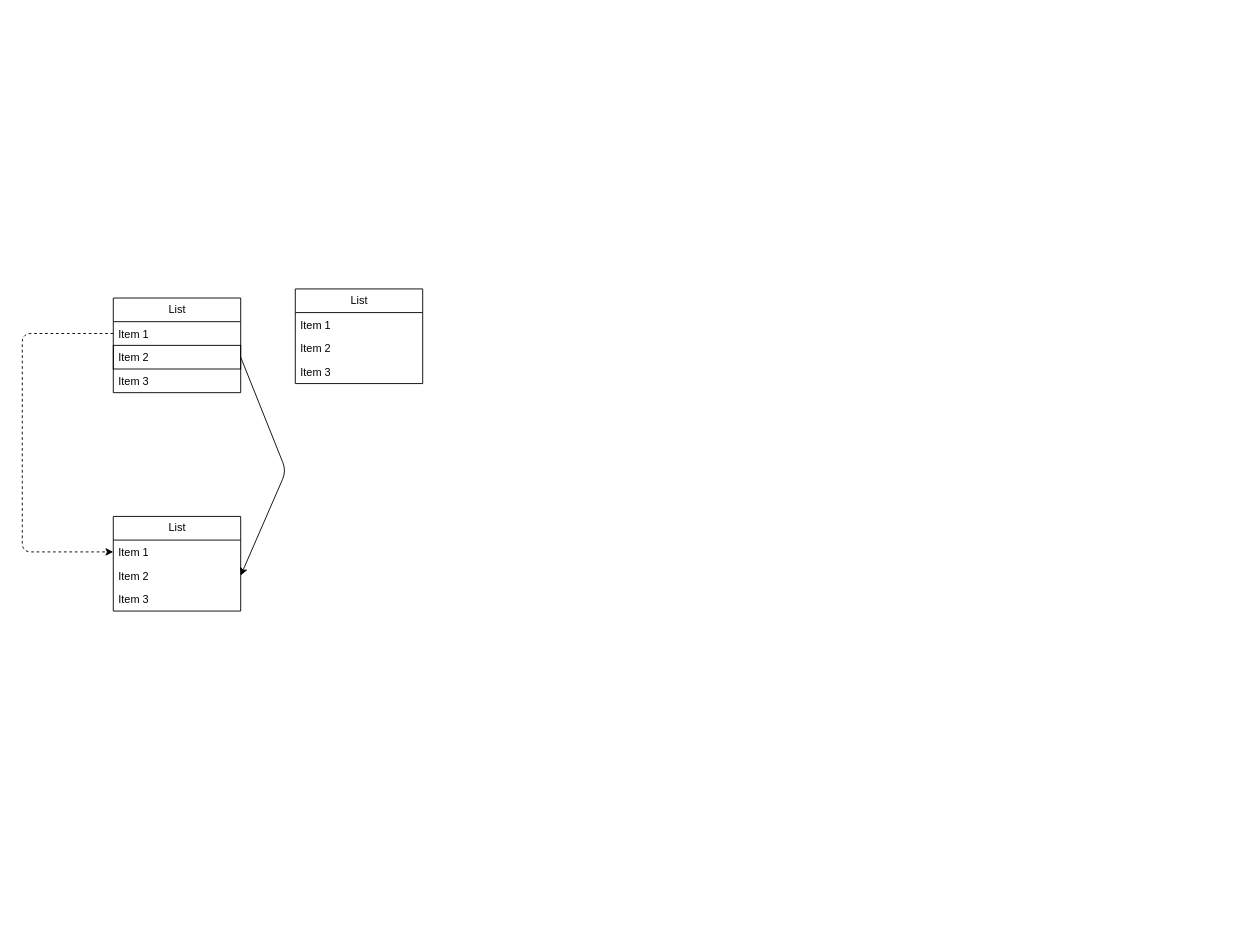
Above: tmp.drawio in zJooey/draw-io (draw.io), before the change. Source tidied: cells renumbered, new cells numbered last; positions are measured from the earlier drawing's top-left corner, leaving out a move shared by most shapes. Both pictures are drawn from the tidied source at 91%, with x=0, y=0 at pixel (22, 288).
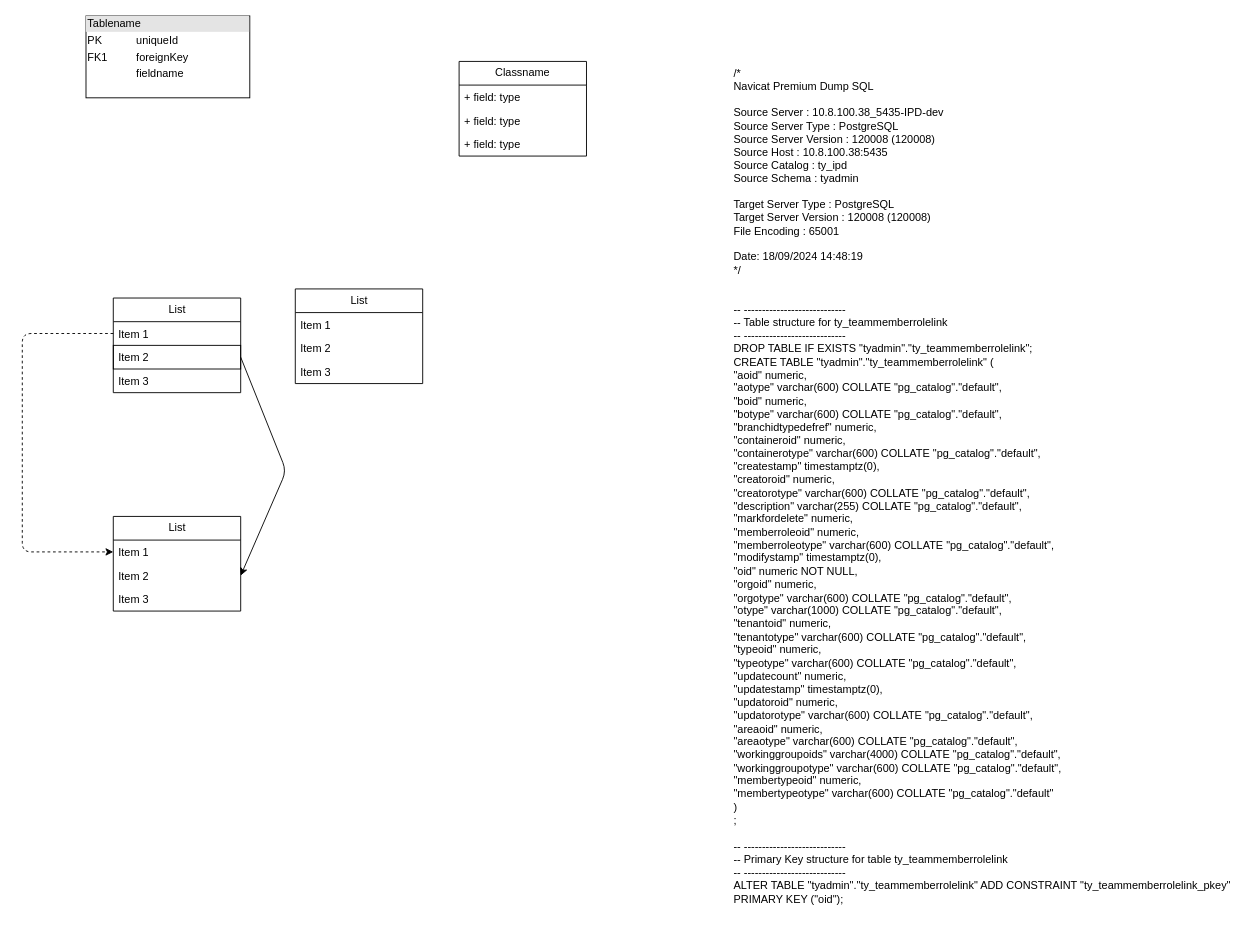
The same diagram, later.

Diff of the diagram source:
```diff
@@
+    <mxCell id="16" value="/* &#10; Navicat Premium Dump SQL &#10; &#10; Source Server         : 10.8.100.38_5435-IPD-dev &#10; Source Server Type    : PostgreSQL &#10; Source Server Version : 120008 (120008) &#10; Source Host           : 10.8.100.38:5435 &#10; Source Catalog        : ty_ipd &#10; Source Schema         : tyadmin &#10; &#10; Target Server Type    : PostgreSQL &#10; Target Server Version : 120008 (120008) &#10; File Encoding         : 65001 &#10; &#10; Date: 18/09/2024 14:48:19 &#10;*/ &#10; &#10; &#10;-- ---------------------------- &#10;-- Table structure for ty_teammemberrolelink &#10;-- ---------------------------- &#10;DROP TABLE IF EXISTS &quot;tyadmin&quot;.&quot;ty_teammemberrolelink&quot;; &#10;CREATE TABLE &quot;tyadmin&quot;.&quot;ty_teammemberrolelink&quot; ( &#10;  &quot;aoid&quot; numeric, &#10;  &quot;aotype&quot; varchar(600) COLLATE &quot;pg_catalog&quot;.&quot;default&quot;, &#10;  &quot;boid&quot; numeric, &#10;  &quot;botype&quot; varchar(600) COLLATE &quot;pg_catalog&quot;.&quot;default&quot;, &#10;  &quot;branchidtypedefref&quot; numeric, &#10;  &quot;containeroid&quot; numeric, &#10;  &quot;containerotype&quot; varchar(600) COLLATE &quot;pg_catalog&quot;.&quot;default&quot;, &#10;  &quot;createstamp&quot; timestamptz(0), &#10;  &quot;creatoroid&quot; numeric, &#10;  &quot;creatorotype&quot; varchar(600) COLLATE &quot;pg_catalog&quot;.&quot;default&quot;, &#10;  &quot;description&quot; varchar(255) COLLATE &quot;pg_catalog&quot;.&quot;default&quot;, &#10;  &quot;markfordelete&quot; numeric, &#10;  &quot;memberroleoid&quot; numeric, &#10;  &quot;memberroleotype&quot; varchar(600) COLLATE &quot;pg_catalog&quot;.&quot;default&quot;, &#10;  &quot;modifystamp&quot; timestamptz(0), &#10;  &quot;oid&quot; numeric NOT NULL, &#10;  &quot;orgoid&quot; numeric, &#10;  &quot;orgotype&quot; varchar(600) COLLATE &quot;pg_catalog&quot;.&quot;default&quot;, &#10;  &quot;otype&quot; varchar(1000) COLLATE &quot;pg_catalog&quot;.&quot;default&quot;, &#10;  &quot;tenantoid&quot; numeric, &#10;  &quot;tenantotype&quot; varchar(600) COLLATE &quot;pg_catalog&quot;.&quot;default&quot;, &#10;  &quot;typeoid&quot; numeric, &#10;  &quot;typeotype&quot; varchar(600) COLLATE &quot;pg_catalog&quot;.&quot;default&quot;, &#10;  &quot;updatecount&quot; numeric, &#10;  &quot;updatestamp&quot; timestamptz(0), &#10;  &quot;updatoroid&quot; numeric, &#10;  &quot;updatorotype&quot; varchar(600) COLLATE &quot;pg_catalog&quot;.&quot;default&quot;, &#10;  &quot;areaoid&quot; numeric, &#10;  &quot;areaotype&quot; varchar(600) COLLATE &quot;pg_catalog&quot;.&quot;default&quot;, &#10;  &quot;workinggroupoids&quot; varchar(4000) COLLATE &quot;pg_catalog&quot;.&quot;default&quot;, &#10;  &quot;workinggroupotype&quot; varchar(600) COLLATE &quot;pg_catalog&quot;.&quot;default&quot;, &#10;  &quot;membertypeoid&quot; numeric, &#10;  &quot;membertypeotype&quot; varchar(600) COLLATE &quot;pg_catalog&quot;.&quot;default&quot; &#10;) &#10;; &#10; &#10;-- ---------------------------- &#10;-- Primary Key structure for table ty_teammemberrolelink &#10;-- ---------------------------- &#10;ALTER TABLE &quot;tyadmin&quot;.&quot;ty_teammemberrolelink&quot; ADD CONSTRAINT &quot;ty_teammemberrolelink_pkey&quot; PRIMARY KEY (&quot;oid&quot;);" style="text;whiteSpace=wrap;html=1;" parent="1" vertex="1">
+      <mxGeometry x="780" y="-250" width="560" height="940" as="geometry" />
+    </mxCell>
+    <mxCell id="17" value="&lt;div style=&quot;box-sizing:border-box;width:100%;background:#e4e4e4;padding:2px;&quot;&gt;Tablename&lt;/div&gt;&lt;table style=&quot;width:100%;font-size:1em;&quot; cellpadding=&quot;2&quot; cellspacing=&quot;0&quot;&gt;&lt;tr&gt;&lt;td&gt;PK&lt;/td&gt;&lt;td&gt;uniqueId&lt;/td&gt;&lt;/tr&gt;&lt;tr&gt;&lt;td&gt;FK1&lt;/td&gt;&lt;td&gt;foreignKey&lt;/td&gt;&lt;/tr&gt;&lt;tr&gt;&lt;td&gt;&lt;/td&gt;&lt;td&gt;fieldname&lt;/td&gt;&lt;/tr&gt;&lt;/table&gt;" style="verticalAlign=top;align=left;overflow=fill;html=1;whiteSpace=wrap;" parent="1" vertex="1">
+      <mxGeometry x="70" y="-300" width="180" height="90" as="geometry" />
+    </mxCell>
+    <mxCell id="18" value="Classname" style="swimlane;fontStyle=0;horizontal=1;startSize=26;fillColor=none;whiteSpace=wrap;html=1;" parent="1" vertex="1">
+      <mxGeometry x="480" y="-250" width="140" height="104" as="geometry" />
+    </mxCell>
+    <mxCell id="19" value="+ field: type" style="text;strokeColor=none;fillColor=none;align=left;verticalAlign=top;spacingLeft=4;spacingRight=4;overflow=hidden;whiteSpace=wrap;html=1;" parent="18" vertex="1">
+      <mxGeometry y="26" width="140" height="26" as="geometry" />
+    </mxCell>
+    <mxCell id="20" value="+ field: type" style="text;strokeColor=none;fillColor=none;align=left;verticalAlign=top;spacingLeft=4;spacingRight=4;overflow=hidden;whiteSpace=wrap;html=1;" parent="18" vertex="1">
+      <mxGeometry y="52" width="140" height="26" as="geometry" />
+    </mxCell>
+    <mxCell id="21" value="+ field: type" style="text;strokeColor=none;fillColor=none;align=left;verticalAlign=top;spacingLeft=4;spacingRight=4;overflow=hidden;whiteSpace=wrap;html=1;" parent="18" vertex="1">
+      <mxGeometry y="78" width="140" height="26" as="geometry" />
+    </mxCell>
```
